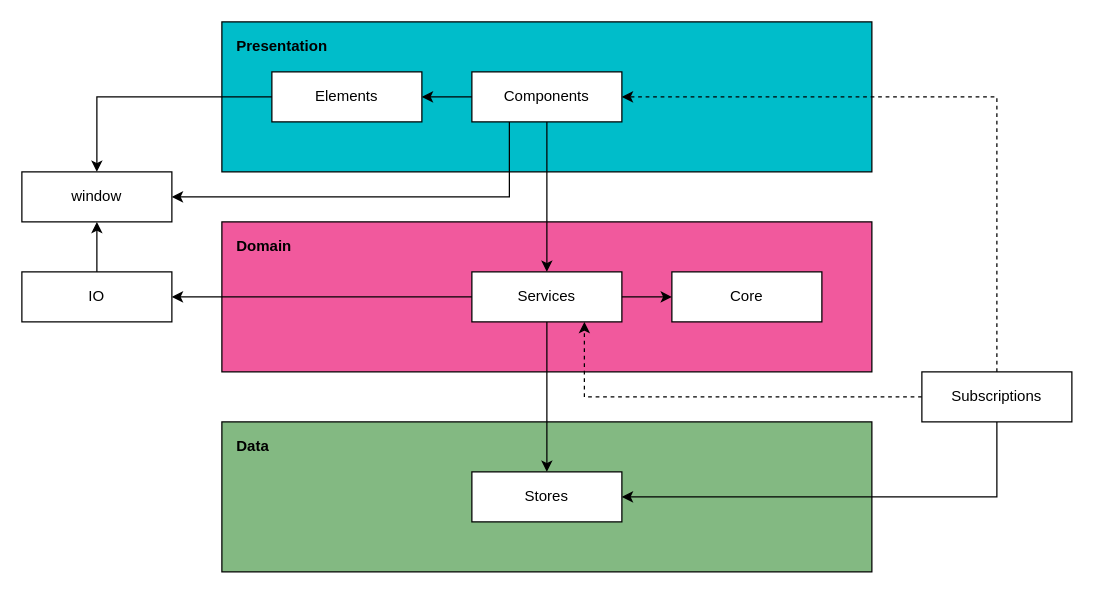
This is docs/architecture.drawio from mattriley/agile-avatars, a draw.io file, before an edit. Source tidied: cells renumbered, new cells numbered last; positions are measured from the earlier drawing's top-left corner, leaving out a move shared by most shapes. Both pictures are drawn from the tidied source at 125%, with x=0, y=0 at pixel (21, 21).
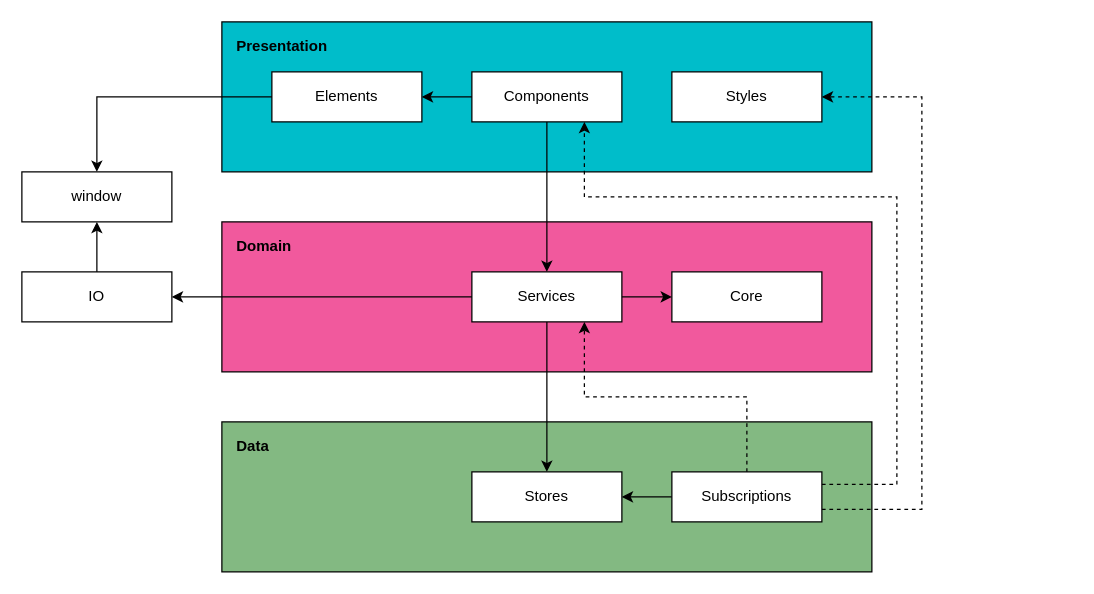
The same diagram, later.

Commit message (it also covers changes not shown here):
update architecture diagram

The change refers to these unchanged cells:
```xml
<mxCell id="5" value="Services" style="rounded=0;whiteSpace=wrap;html=1;" parent="1" vertex="1">
  <mxGeometry x="360" y="200" width="120" height="40" as="geometry" />
</mxCell>
<mxCell id="7" value="Components" style="rounded=0;whiteSpace=wrap;html=1;" parent="1" vertex="1">
  <mxGeometry x="360" y="40" width="120" height="40" as="geometry" />
</mxCell>
<mxCell id="10" value="Stores" style="rounded=0;whiteSpace=wrap;html=1;" parent="1" vertex="1">
  <mxGeometry x="360" y="360" width="120" height="40" as="geometry" />
</mxCell>
<mxCell id="19" value="window" style="rounded=0;whiteSpace=wrap;html=1;" parent="1" vertex="1">
  <mxGeometry y="120" width="120" height="40" as="geometry" />
</mxCell>
```

The edit, as a diff of the source:
```diff
@@
-    <mxCell id="12" style="edgeStyle=orthogonalEdgeStyle;rounded=0;jettySize=auto;html=1;exitX=0.5;exitY=1;exitDx=0;exitDy=0;entryX=1;entryY=0.5;entryDx=0;entryDy=0;" parent="1" edge="1" source="15" target="10">
+    <mxCell id="12" style="edgeStyle=orthogonalEdgeStyle;rounded=0;jettySize=auto;html=1;exitX=0;exitY=0.5;exitDx=0;exitDy=0;entryX=1;entryY=0.5;entryDx=0;entryDy=0;" parent="1" edge="1" source="15" target="10">
       <mxGeometry relative="1" as="geometry" />
     </mxCell>
+    <mxCell id="14" style="edgeStyle=orthogonalEdgeStyle;rounded=0;jettySize=auto;html=1;exitX=0.5;exitY=0;exitDx=0;exitDy=0;entryX=0.75;entryY=1;entryDx=0;entryDy=0;dashed=1;" parent="1" edge="1" source="15" target="5">
+      <mxGeometry relative="1" as="geometry" />
+    </mxCell>
-    <mxCell id="13" style="edgeStyle=orthogonalEdgeStyle;rounded=0;jettySize=auto;html=1;exitX=0.5;exitY=0;exitDx=0;exitDy=0;entryX=1;entryY=0.5;entryDx=0;entryDy=0;dashed=1;" parent="1" edge="1" source="15" target="7">
-      <mxGeometry relative="1" as="geometry" />
+    <mxCell id="13" style="edgeStyle=orthogonalEdgeStyle;rounded=0;jettySize=auto;html=1;exitX=1;exitY=0.25;exitDx=0;exitDy=0;entryX=0.75;entryY=1;entryDx=0;entryDy=0;dashed=1;" parent="1" edge="1" source="15" target="7">
+      <mxGeometry relative="1" as="geometry">
+        <Array as="points">
+          <mxPoint x="700" y="370" />
+          <mxPoint x="700" y="140" />
+          <mxPoint x="450" y="140" />
+        </Array>
+      </mxGeometry>
     </mxCell>
-    <mxCell id="14" style="edgeStyle=orthogonalEdgeStyle;rounded=0;jettySize=auto;html=1;exitX=0;exitY=0.5;exitDx=0;exitDy=0;entryX=0.75;entryY=1;entryDx=0;entryDy=0;dashed=1;" parent="1" edge="1" source="15" target="5">
-      <mxGeometry relative="1" as="geometry" />
-    </mxCell>
+    <mxCell id="27" style="edgeStyle=orthogonalEdgeStyle;rounded=0;jettySize=auto;html=1;exitX=1;exitY=0.75;exitDx=0;exitDy=0;entryX=1;entryY=0.5;entryDx=0;entryDy=0;dashed=1;" parent="1" edge="1" source="15" target="28">
+      <mxGeometry relative="1" as="geometry">
+        <Array as="points">
+          <mxPoint x="720" y="390" />
+          <mxPoint x="720" y="60" />
+        </Array>
+      </mxGeometry>
+    </mxCell>
     <mxCell id="15" value="Subscriptions" style="rounded=0;whiteSpace=wrap;html=1;" parent="1" vertex="1">
-      <mxGeometry x="720" y="280" width="120" height="40" as="geometry" />
+      <mxGeometry x="520" y="360" width="120" height="40" as="geometry" />
     </mxCell>
@@
-    <mxCell id="20" style="edgeStyle=orthogonalEdgeStyle;rounded=0;jettySize=auto;html=1;exitX=0.25;exitY=1;exitDx=0;exitDy=0;entryX=1;entryY=0.5;entryDx=0;entryDy=0;" parent="1" edge="1" source="7" target="19">
-      <mxGeometry relative="1" as="geometry" />
-    </mxCell>
@@
+    <mxCell id="28" value="Styles" style="rounded=0;whiteSpace=wrap;html=1;" parent="1" vertex="1">
+      <mxGeometry x="520" y="40" width="120" height="40" as="geometry" />
+    </mxCell>
```
